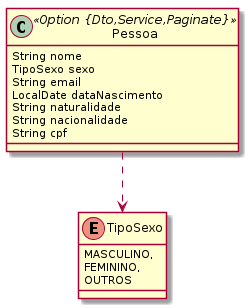
VergilSkye/desafio-java keeps this PlantUML diagram as .jdl/app.png. Above is the earlier version.
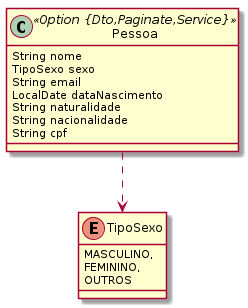
The same file after the commit.

The edit, as a diff of the source:
```diff
@@ -1,6 +1,6 @@
 @startuml
 	!pragma syntax class
-	class Pessoa <<Option {Dto,Service,Paginate}>> {
+	class Pessoa <<Option {Dto,Paginate,Service}>> {
 		String nome
 		TipoSexo sexo
 		String email
```
